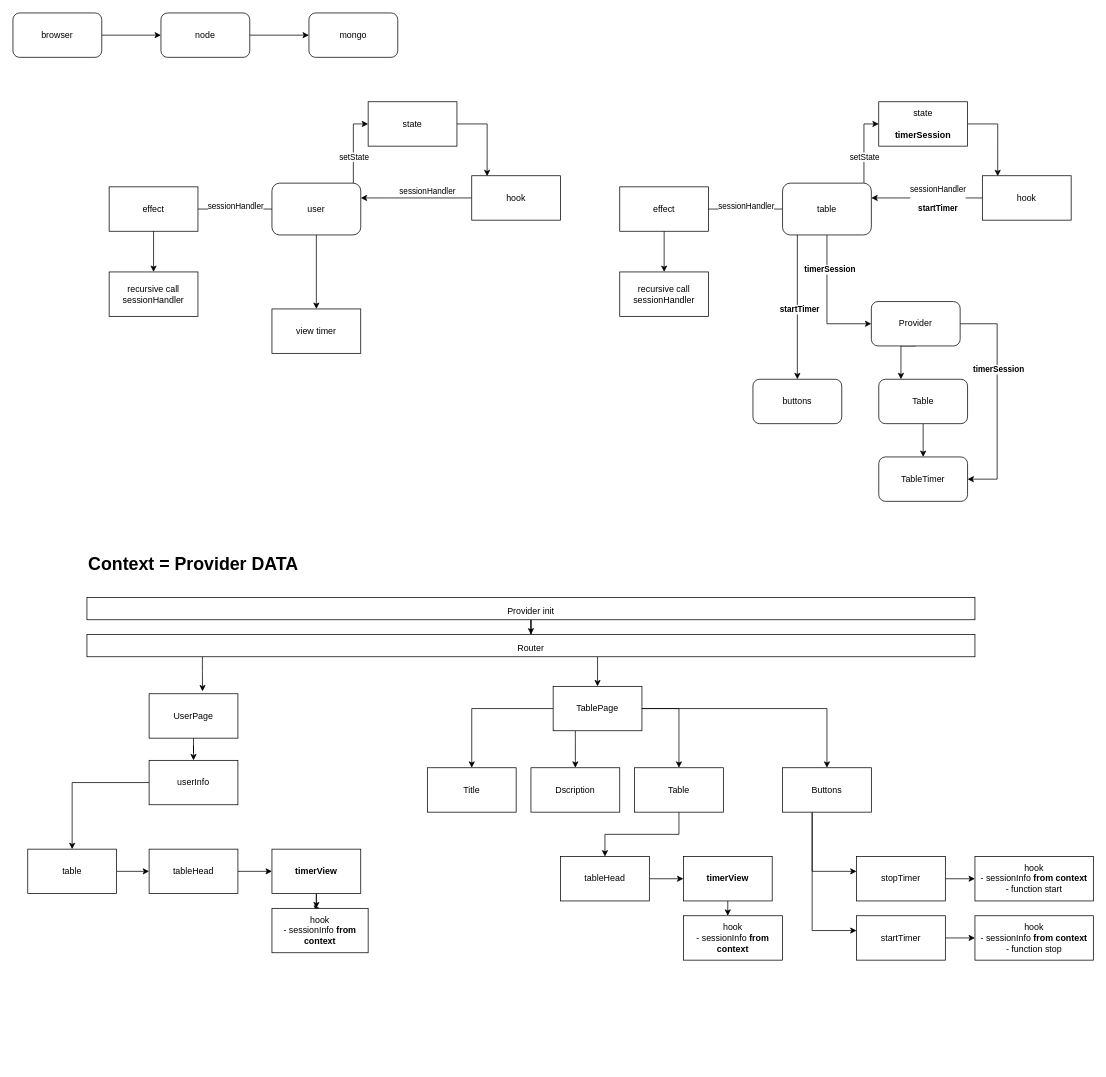
The draw.io diagram trade-timer.drawio in FrontendMMA/schemas, before the edit. Source tidied: cells renumbered, new cells numbered last; positions are measured from the earlier drawing's top-left corner, leaving out a move shared by most shapes. Both pictures are drawn from the tidied source at 74%, with x=0, y=0 at pixel (13, 13).
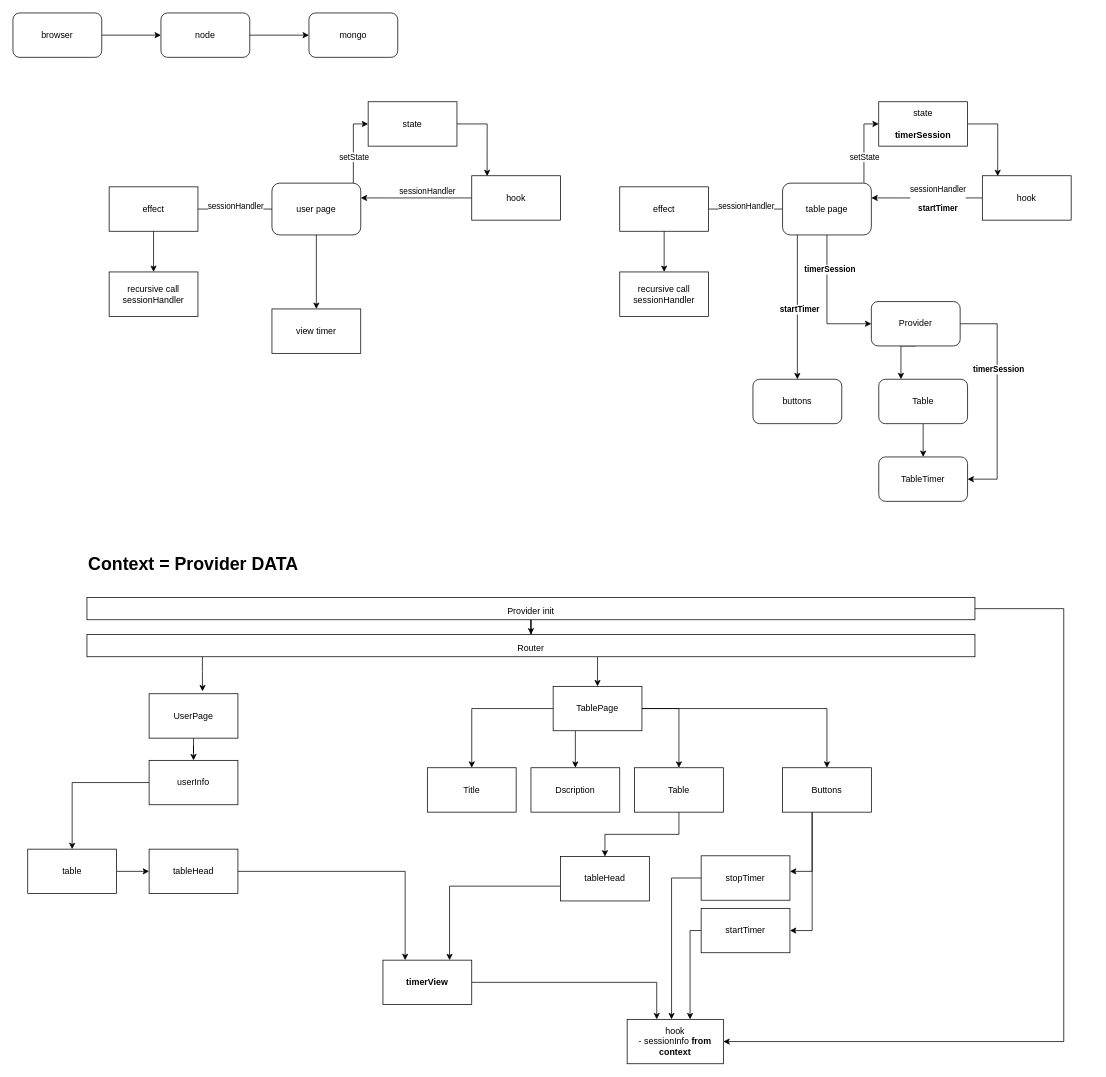
The same page after the edit.

Unchanged cells that the change refers to:
```xml
<mxCell id="72" value="tableHead" style="rounded=0;whiteSpace=wrap;html=1;" parent="1" vertex="1">
  <mxGeometry x="184" y="1130" width="120" height="60" as="geometry" />
</mxCell>
<mxCell id="77" value="tableHead" style="rounded=0;whiteSpace=wrap;html=1;" parent="1" vertex="1">
  <mxGeometry x="740" y="1140" width="120" height="60" as="geometry" />
</mxCell>
<mxCell id="82" value="&lt;font style=&quot;font-size: 12px;&quot;&gt;Provider init&lt;/font&gt;" style="rounded=0;whiteSpace=wrap;html=1;fontSize=24;" parent="1" vertex="1">
  <mxGeometry x="100" y="790" width="1200" height="30" as="geometry" />
</mxCell>
```

Change to the diagram source:
```diff
@@
-    <mxCell id="12" value="user" style="rounded=1;whiteSpace=wrap;html=1;" parent="1" vertex="1">
+    <mxCell id="12" value="user page" style="rounded=1;whiteSpace=wrap;html=1;" parent="1" vertex="1">
       <mxGeometry x="350" y="230" width="120" height="70" as="geometry" />
     </mxCell>
@@
-    <mxCell id="28" value="table" style="rounded=1;whiteSpace=wrap;html=1;" parent="1" vertex="1">
+    <mxCell id="28" value="table page" style="rounded=1;whiteSpace=wrap;html=1;" parent="1" vertex="1">
       <mxGeometry x="1040" y="230" width="120" height="70" as="geometry" />
     </mxCell>
@@
     <mxCell id="47" style="edgeStyle=orthogonalEdgeStyle;rounded=0;jettySize=auto;html=1;" parent="1" edge="1" source="49" target="50">
       <mxGeometry relative="1" as="geometry">
         <Array as="points">
-          <mxPoint x="420" y="1160" />
-          <mxPoint x="420" y="1160" />
+          <mxPoint x="870" y="1310" />
         </Array>
       </mxGeometry>
     </mxCell>
-    <mxCell id="48" style="edgeStyle=orthogonalEdgeStyle;rounded=0;jettySize=auto;html=1;" parent="1" edge="1" source="49" target="50">
-      <mxGeometry relative="1" as="geometry" />
-    </mxCell>
     <mxCell id="49" value="timerView" style="whiteSpace=wrap;html=1;rounded=0;fontStyle=1;" parent="1" vertex="1">
-      <mxGeometry x="350" y="1130" width="120" height="60" as="geometry" />
+      <mxGeometry x="500" y="1280" width="120" height="60" as="geometry" />
     </mxCell>
     <mxCell id="50" value="hook&lt;br style=&quot;border-color: var(--border-color);&quot;&gt;- sessionInfo&amp;nbsp;&lt;b&gt;from context&lt;/b&gt;" style="whiteSpace=wrap;html=1;rounded=0;" parent="1" vertex="1">
-      <mxGeometry x="350" y="1210" width="130" height="60" as="geometry" />
+      <mxGeometry x="830" y="1360" width="130" height="60" as="geometry" />
     </mxCell>
@@
-    <mxCell id="67" style="edgeStyle=orthogonalEdgeStyle;rounded=0;jettySize=auto;html=1;" parent="1" edge="1" source="68" target="79">
-      <mxGeometry relative="1" as="geometry" />
-    </mxCell>
+    <mxCell id="86" style="edgeStyle=orthogonalEdgeStyle;rounded=0;jettySize=auto;html=1;fontSize=12;" parent="1" edge="1" source="68" target="50">
+      <mxGeometry relative="1" as="geometry">
+        <Array as="points">
+          <mxPoint x="915" y="1240" />
+        </Array>
+      </mxGeometry>
+    </mxCell>
     <mxCell id="68" value="startTimer" style="whiteSpace=wrap;html=1;rounded=0;" parent="1" vertex="1">
-      <mxGeometry x="1140" y="1220" width="120" height="60" as="geometry" />
+      <mxGeometry x="930" y="1210" width="120" height="60" as="geometry" />
     </mxCell>
-    <mxCell id="69" style="edgeStyle=orthogonalEdgeStyle;rounded=0;jettySize=auto;html=1;" parent="1" edge="1" source="70" target="78">
-      <mxGeometry relative="1" as="geometry" />
-    </mxCell>
+    <mxCell id="87" style="edgeStyle=orthogonalEdgeStyle;rounded=0;jettySize=auto;html=1;fontSize=12;" parent="1" edge="1" source="70" target="50">
+      <mxGeometry relative="1" as="geometry">
+        <Array as="points">
+          <mxPoint x="890" y="1169" />
+        </Array>
+      </mxGeometry>
+    </mxCell>
     <mxCell id="70" value="stopTimer" style="whiteSpace=wrap;html=1;rounded=0;" parent="1" vertex="1">
-      <mxGeometry x="1140" y="1140" width="120" height="60" as="geometry" />
+      <mxGeometry x="930" y="1139" width="120" height="60" as="geometry" />
     </mxCell>
     <mxCell id="71" style="edgeStyle=orthogonalEdgeStyle;rounded=0;jettySize=auto;html=1;" parent="1" edge="1" source="72" target="49">
-      <mxGeometry relative="1" as="geometry" />
+      <mxGeometry relative="1" as="geometry">
+        <Array as="points">
+          <mxPoint x="530" y="1160" />
+        </Array>
+      </mxGeometry>
     </mxCell>
@@
-    <mxCell id="73" style="edgeStyle=orthogonalEdgeStyle;rounded=0;jettySize=auto;html=1;" parent="1" edge="1" source="74" target="75">
-      <mxGeometry relative="1" as="geometry">
-        <Array as="points">
-          <mxPoint x="976" y="1170" />
-          <mxPoint x="976" y="1170" />
-        </Array>
-      </mxGeometry>
-    </mxCell>
-    <mxCell id="74" value="timerView" style="whiteSpace=wrap;html=1;rounded=0;fontStyle=1;" parent="1" vertex="1">
-      <mxGeometry x="906" y="1140" width="120" height="60" as="geometry" />
-    </mxCell>
-    <mxCell id="75" value="hook&lt;br style=&quot;border-color: var(--border-color);&quot;&gt;- sessionInfo&amp;nbsp;&lt;b&gt;from context&lt;/b&gt;" style="whiteSpace=wrap;html=1;rounded=0;" parent="1" vertex="1">
-      <mxGeometry x="906" y="1220" width="134" height="60" as="geometry" />
-    </mxCell>
-    <mxCell id="76" style="edgeStyle=orthogonalEdgeStyle;rounded=0;jettySize=auto;html=1;" parent="1" edge="1" source="77" target="74">
-      <mxGeometry relative="1" as="geometry" />
-    </mxCell>
+    <mxCell id="88" style="edgeStyle=orthogonalEdgeStyle;rounded=0;jettySize=auto;html=1;fontSize=12;" parent="1" edge="1" source="77" target="49">
+      <mxGeometry relative="1" as="geometry">
+        <Array as="points">
+          <mxPoint x="590" y="1180" />
+        </Array>
+      </mxGeometry>
+    </mxCell>
@@
-    <mxCell id="78" value="hook &lt;br&gt;- sessionInfo&amp;nbsp;&lt;b&gt;from context&lt;/b&gt;&lt;br&gt;- function start" style="whiteSpace=wrap;html=1;rounded=0;" parent="1" vertex="1">
-      <mxGeometry x="1300" y="1140" width="160" height="60" as="geometry" />
-    </mxCell>
-    <mxCell id="79" value="hook &lt;br&gt;- sessionInfo&amp;nbsp;&lt;b&gt;from context&lt;/b&gt;&lt;br&gt;- function stop" style="whiteSpace=wrap;html=1;rounded=0;" parent="1" vertex="1">
-      <mxGeometry x="1300" y="1220" width="160" height="60" as="geometry" />
-    </mxCell>
@@
+    <mxCell id="89" style="edgeStyle=orthogonalEdgeStyle;rounded=0;jettySize=auto;html=1;fontSize=12;" parent="1" edge="1" source="82" target="50">
+      <mxGeometry relative="1" as="geometry">
+        <Array as="points">
+          <mxPoint x="1420" y="805" />
+          <mxPoint x="1420" y="1390" />
+        </Array>
+      </mxGeometry>
+    </mxCell>
```
